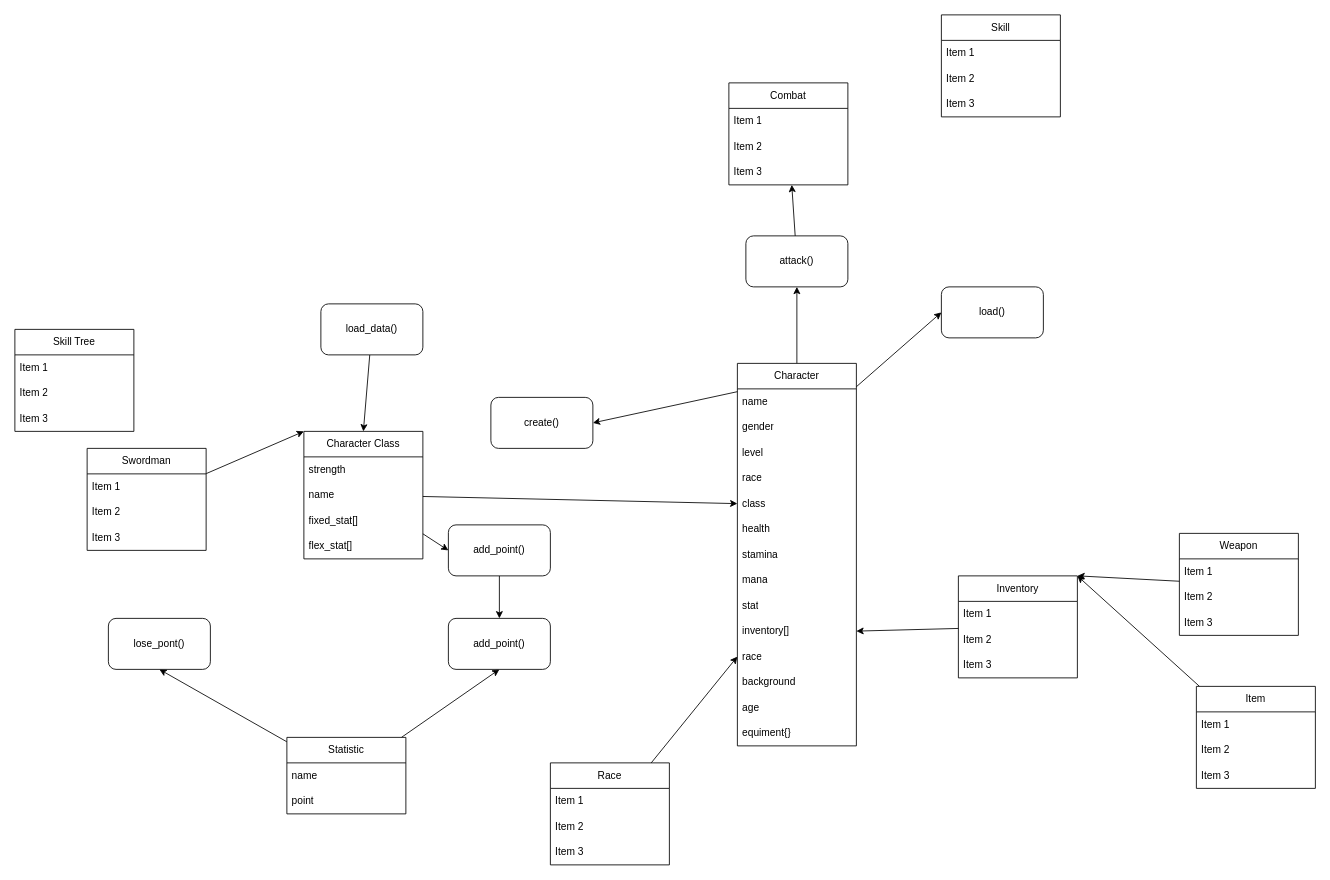
minhduc1212/Text_Based_Game keeps this draw.io diagram as design.drawio. Above is the earlier version. Source tidied: cells renumbered, new cells numbered last; positions are measured from the earlier drawing's top-left corner, leaving out a move shared by most shapes. Both pictures are drawn from the tidied source at 85%, with x=0, y=0 at pixel (14, 14).
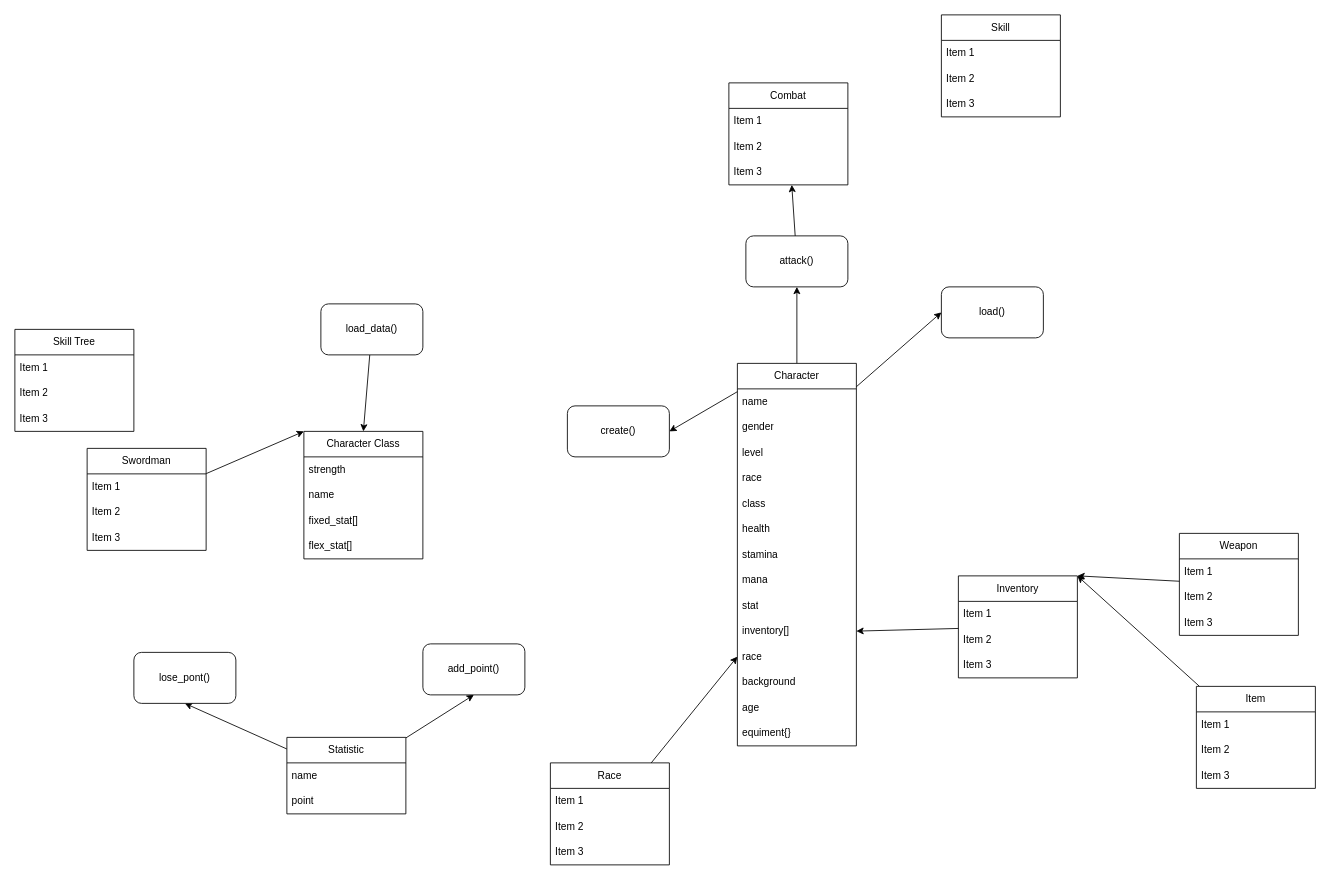
Above is the later version.

The change refers to these unchanged cells:
```xml
<mxCell id="10" value="class" style="text;strokeColor=none;fillColor=none;align=left;verticalAlign=middle;spacingLeft=4;spacingRight=4;overflow=hidden;points=[[0,0.5],[1,0.5]];portConstraint=eastwest;whiteSpace=wrap;html=1;" parent="5" vertex="1">
  <mxGeometry y="150" width="140" height="30" as="geometry" />
</mxCell>
<mxCell id="41" value="Character Class" style="swimlane;fontStyle=0;horizontal=1;startSize=30;whiteSpace=wrap;html=1;" parent="1" vertex="1">
  <mxGeometry x="340" y="490" width="140" height="150" as="geometry" />
</mxCell>
```

Change to the diagram source:
```diff
@@
-    <mxCell id="39" style="edgeStyle=none;html=1;entryX=0;entryY=0.5;entryDx=0;entryDy=0;" parent="1" edge="1" source="41" target="10">
-      <mxGeometry relative="1" as="geometry" />
-    </mxCell>
-    <mxCell id="40" style="edgeStyle=none;html=1;entryX=0;entryY=0.5;entryDx=0;entryDy=0;" parent="1" edge="1" source="41" target="78">
-      <mxGeometry relative="1" as="geometry" />
-    </mxCell>
@@
     <mxCell id="46" value="create()" style="rounded=1;whiteSpace=wrap;html=1;" parent="1" vertex="1">
-      <mxGeometry x="560" y="450" width="120" height="60" as="geometry" />
+      <mxGeometry x="650" y="460" width="120" height="60" as="geometry" />
     </mxCell>
@@
     <mxCell id="73" value="add_point()" style="rounded=1;whiteSpace=wrap;html=1;" parent="1" vertex="1">
-      <mxGeometry x="510" y="710" width="120" height="60" as="geometry" />
+      <mxGeometry x="480" y="740" width="120" height="60" as="geometry" />
     </mxCell>
     <mxCell id="74" value="lose_pont()" style="rounded=1;whiteSpace=wrap;html=1;" parent="1" vertex="1">
-      <mxGeometry x="110" y="710" width="120" height="60" as="geometry" />
+      <mxGeometry x="140" y="750" width="120" height="60" as="geometry" />
     </mxCell>
@@
-    <mxCell id="77" style="edgeStyle=none;html=1;entryX=0.5;entryY=0;entryDx=0;entryDy=0;" parent="1" edge="1" source="78" target="73">
-      <mxGeometry relative="1" as="geometry" />
-    </mxCell>
-    <mxCell id="78" value="add_point()" style="rounded=1;whiteSpace=wrap;html=1;" parent="1" vertex="1">
-      <mxGeometry x="510" y="600" width="120" height="60" as="geometry" />
-    </mxCell>
```
